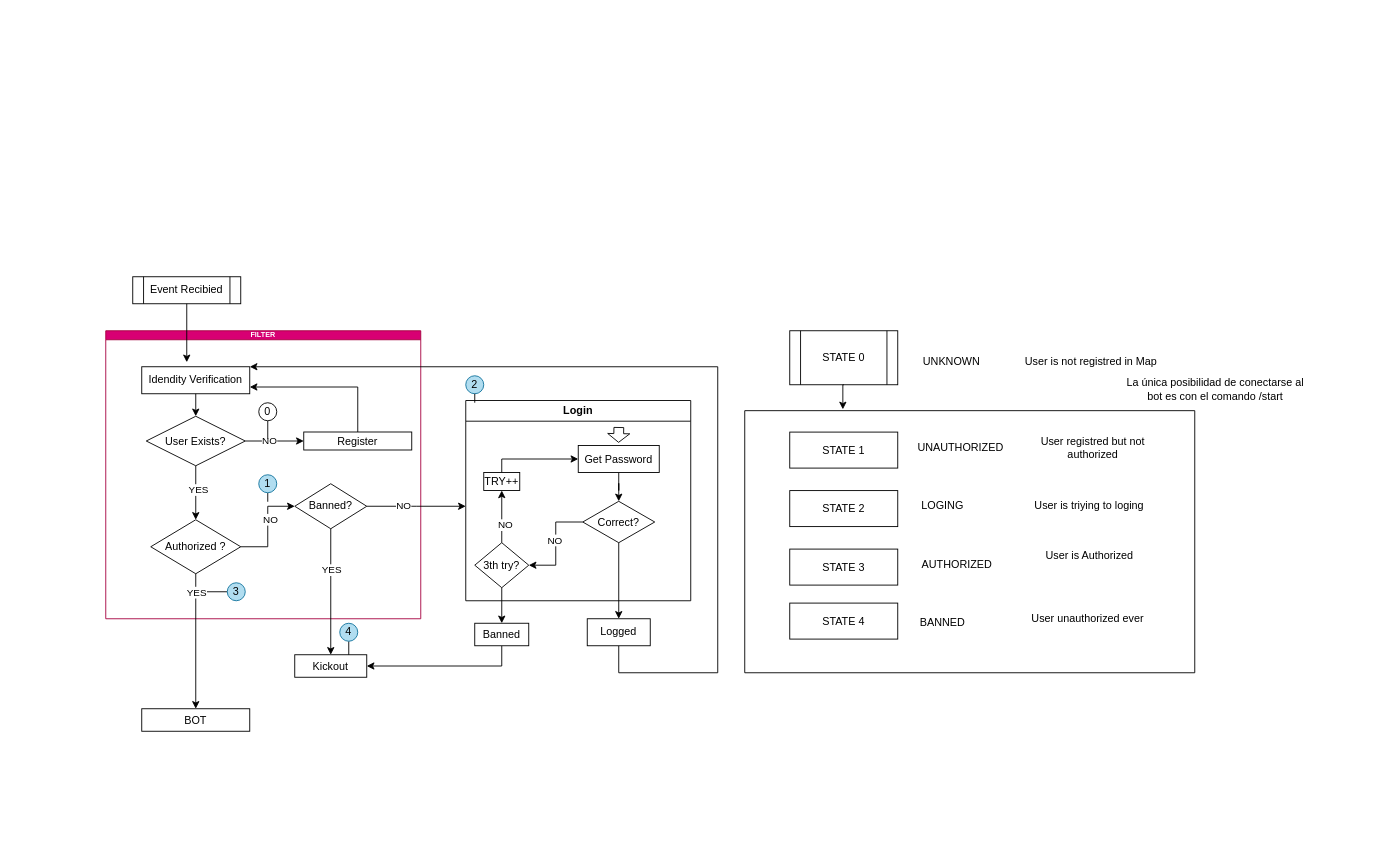
Earlier version of the draw.io diagram TLGM_BOT_V3/Diagrama-TLGBOTV3.drawio (lewopxd/draw.io-repos). Source tidied: cells renumbered, new cells numbered last; positions are measured from the earlier drawing's top-left corner, leaving out a move shared by most shapes. Both pictures are drawn from the tidied source at 90%, with x=0, y=0 at pixel (105, 276).
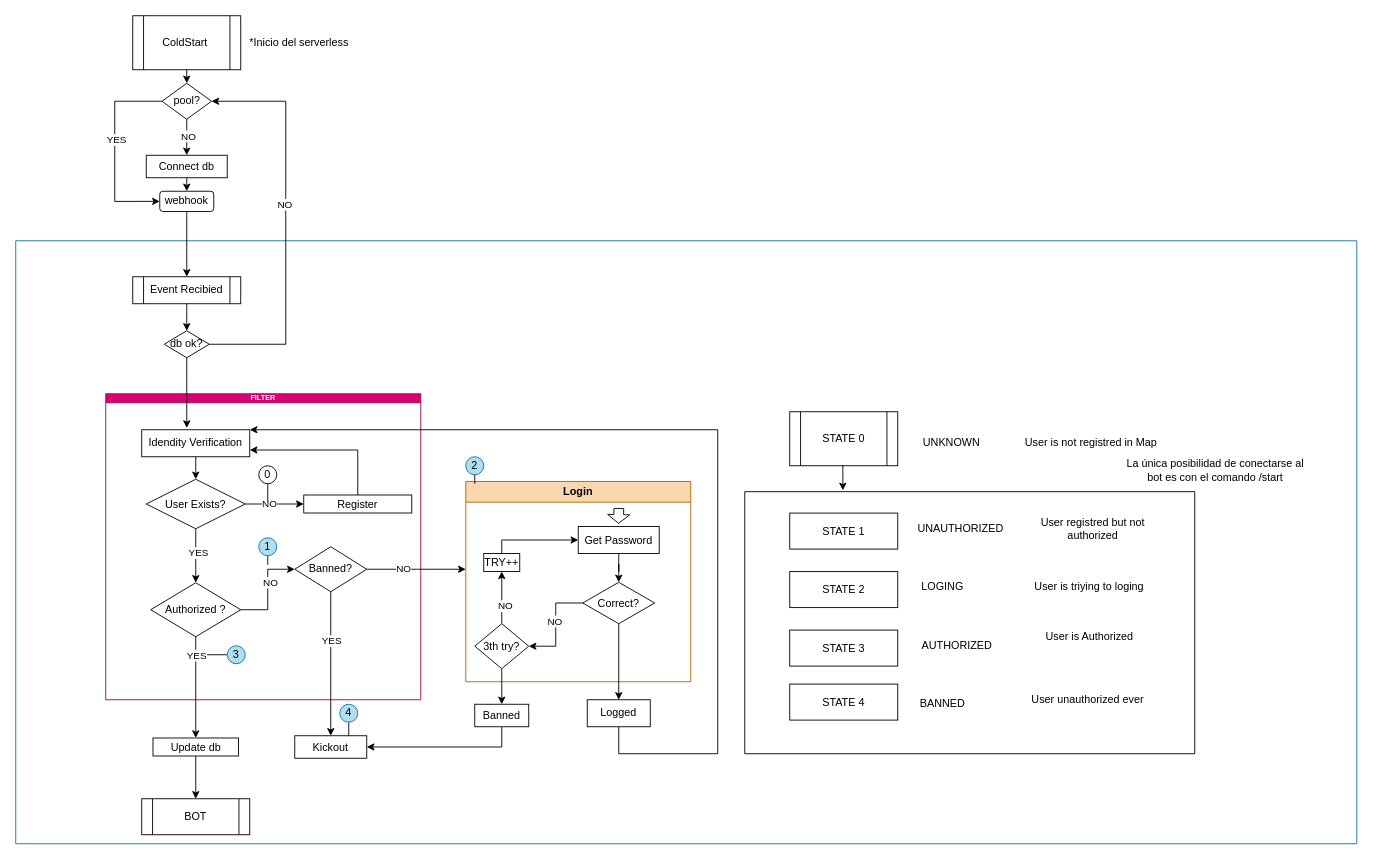
The same page after the edit.

The change refers to these unchanged cells:
```xml
<mxCell id="9" value="3th try?" style="rhombus;whiteSpace=wrap;html=1;" parent="4" vertex="1">
  <mxGeometry x="10" y="158" width="60" height="50" as="geometry" />
</mxCell>
<mxCell id="12" value="Correct?" style="rhombus;whiteSpace=wrap;html=1;" parent="4" vertex="1">
  <mxGeometry x="130" y="112" width="80" height="46" as="geometry" />
</mxCell>
<mxCell id="18" value="Idendity Verification" style="rounded=0;whiteSpace=wrap;html=1;" parent="17" vertex="1">
  <mxGeometry x="40" y="40" width="120" height="30" as="geometry" />
</mxCell>
<mxCell id="19" value="Authorized ?" style="rhombus;whiteSpace=wrap;html=1;" parent="17" vertex="1">
  <mxGeometry x="50" y="210" width="100" height="60" as="geometry" />
</mxCell>
<mxCell id="28" value="Banned?" style="rhombus;whiteSpace=wrap;html=1;" parent="17" vertex="1">
  <mxGeometry x="210" y="170" width="80" height="50" as="geometry" />
</mxCell>
```

What changed in the source:
```diff
@@
+    <mxCell id="72" style="swimlane;startSize=0;fillColor=#b1ddf0;strokeColor=#10739e;" parent="1" vertex="1">
+      <mxGeometry x="-100" y="-40" width="1490" height="670" as="geometry" />
+    </mxCell>
-    <mxCell id="2" value="STATE 0" style="shape=process;whiteSpace=wrap;html=1;backgroundOutline=1;" parent="1" vertex="1">
-      <mxGeometry x="760" y="60" width="120" height="60" as="geometry" />
+    <mxCell id="2" value="STATE 0" style="shape=process;whiteSpace=wrap;html=1;backgroundOutline=1;" parent="72" vertex="1">
+      <mxGeometry x="860" y="190" width="120" height="60" as="geometry" />
     </mxCell>
-    <mxCell id="3" value="La única posibilidad de conectarse al bot es con el comando /start" style="text;html=1;align=center;verticalAlign=middle;whiteSpace=wrap;rounded=0;" parent="1" vertex="1">
-      <mxGeometry x="1130" y="110" width="206" height="30" as="geometry" />
+    <mxCell id="3" value="La única posibilidad de conectarse al bot es con el comando /start" style="text;html=1;align=center;verticalAlign=middle;whiteSpace=wrap;rounded=0;" parent="72" vertex="1">
+      <mxGeometry x="1230" y="240" width="206" height="30" as="geometry" />
     </mxCell>
-    <mxCell id="4" value="Login" style="swimlane;whiteSpace=wrap;html=1;" parent="1" vertex="1">
-      <mxGeometry x="400" y="137.5" width="250" height="222.5" as="geometry" />
+    <mxCell id="4" value="Login" style="swimlane;whiteSpace=wrap;html=1;fillColor=#fad7ac;strokeColor=#b46504;" parent="72" vertex="1">
+      <mxGeometry x="500" y="267.5" width="250" height="222.5" as="geometry" />
     </mxCell>
@@
-    <mxCell id="16" value="Event Recibied" style="shape=process;whiteSpace=wrap;html=1;backgroundOutline=1;" parent="1" vertex="1">
-      <mxGeometry x="30" width="120" height="30" as="geometry" />
-    </mxCell>
-    <mxCell id="17" value="FILTER" style="swimlane;whiteSpace=wrap;html=1;startSize=10;fontSize=8;fontColor=#ffffff;labelBorderColor=none;fillColor=#d80073;strokeColor=#A50040;" parent="1" vertex="1">
-      <mxGeometry y="60" width="350" height="320" as="geometry" />
+    <mxCell id="17" value="FILTER" style="swimlane;whiteSpace=wrap;html=1;startSize=10;fontSize=8;fontColor=#ffffff;labelBorderColor=none;fillColor=#d80073;strokeColor=#A50040;" parent="72" vertex="1">
+      <mxGeometry x="100" y="170" width="350" height="340" as="geometry" />
     </mxCell>
@@
-    <mxCell id="39" style="edgeStyle=orthogonalEdgeStyle;rounded=0;jettySize=auto;html=1;exitX=0.5;exitY=1;exitDx=0;exitDy=0;entryX=0.5;entryY=0;entryDx=0;entryDy=0;" parent="1" edge="1" source="16">
-      <mxGeometry relative="1" as="geometry">
-        <mxPoint x="90" y="95" as="targetPoint" />
-      </mxGeometry>
-    </mxCell>
-    <mxCell id="40" value="BOT" style="rounded=0;whiteSpace=wrap;html=1;" parent="1" vertex="1">
-      <mxGeometry x="40" y="480" width="120" height="25" as="geometry" />
-    </mxCell>
-    <mxCell id="41" style="edgeStyle=orthogonalEdgeStyle;rounded=0;jettySize=auto;html=1;exitX=0.5;exitY=1;exitDx=0;exitDy=0;entryX=0.5;entryY=0;entryDx=0;entryDy=0;" parent="1" edge="1" source="19" target="40">
+    <mxCell id="41" style="edgeStyle=orthogonalEdgeStyle;rounded=0;jettySize=auto;html=1;exitX=0.5;exitY=1;exitDx=0;exitDy=0;entryX=0.5;entryY=0;entryDx=0;entryDy=0;" parent="72" edge="1" source="19" target="76">
       <mxGeometry relative="1" as="geometry" />
     </mxCell>
     <mxCell id="42" value="&lt;font&gt;YES&lt;/font&gt;" style="edgeLabel;html=1;align=center;verticalAlign=middle;fontSize=11;" parent="41" vertex="1">
       <mxGeometry x="-0.5" relative="1" as="geometry">
-        <mxPoint y="-18" as="offset" />
+        <mxPoint y="-8" as="offset" />
       </mxGeometry>
     </mxCell>
-    <mxCell id="43" style="edgeStyle=orthogonalEdgeStyle;rounded=0;jettySize=auto;html=1;exitX=0.5;exitY=1;exitDx=0;exitDy=0;entryX=1;entryY=0;entryDx=0;entryDy=0;" parent="1" edge="1" source="50" target="18">
+    <mxCell id="43" style="edgeStyle=orthogonalEdgeStyle;rounded=0;jettySize=auto;html=1;exitX=0.5;exitY=1;exitDx=0;exitDy=0;entryX=1;entryY=0;entryDx=0;entryDy=0;" parent="72" edge="1" source="50" target="18">
       <mxGeometry relative="1" as="geometry">
         <Array as="points">
-          <mxPoint x="570" y="440" />
-          <mxPoint x="680" y="440" />
-          <mxPoint x="680" y="100" />
+          <mxPoint x="670" y="570" />
+          <mxPoint x="780" y="570" />
+          <mxPoint x="780" y="210" />
         </Array>
       </mxGeometry>
     </mxCell>
-    <mxCell id="44" value="Kickout" style="rounded=0;whiteSpace=wrap;html=1;" parent="1" vertex="1">
-      <mxGeometry x="210" y="420" width="80" height="25" as="geometry" />
+    <mxCell id="44" value="Kickout" style="rounded=0;whiteSpace=wrap;html=1;" parent="72" vertex="1">
+      <mxGeometry x="310" y="550" width="80" height="25" as="geometry" />
     </mxCell>
-    <mxCell id="45" style="edgeStyle=orthogonalEdgeStyle;rounded=0;jettySize=auto;html=1;exitX=0.5;exitY=1;exitDx=0;exitDy=0;" parent="1" edge="1" source="28" target="44">
+    <mxCell id="45" style="edgeStyle=orthogonalEdgeStyle;rounded=0;jettySize=auto;html=1;exitX=0.5;exitY=1;exitDx=0;exitDy=0;" parent="72" edge="1" source="28" target="44">
       <mxGeometry relative="1" as="geometry" />
     </mxCell>
@@
-    <mxCell id="47" style="edgeStyle=orthogonalEdgeStyle;rounded=0;jettySize=auto;html=1;exitX=0.5;exitY=1;exitDx=0;exitDy=0;entryX=1;entryY=0.5;entryDx=0;entryDy=0;" parent="1" edge="1" source="48" target="44">
+    <mxCell id="47" style="edgeStyle=orthogonalEdgeStyle;rounded=0;jettySize=auto;html=1;exitX=0.5;exitY=1;exitDx=0;exitDy=0;entryX=1;entryY=0.5;entryDx=0;entryDy=0;" parent="72" edge="1" source="48" target="44">
       <mxGeometry relative="1" as="geometry" />
     </mxCell>
-    <mxCell id="48" value="Banned" style="rounded=0;whiteSpace=wrap;html=1;" parent="1" vertex="1">
-      <mxGeometry x="410" y="385" width="60" height="25" as="geometry" />
+    <mxCell id="48" value="Banned" style="rounded=0;whiteSpace=wrap;html=1;" parent="72" vertex="1">
+      <mxGeometry x="510" y="515" width="60" height="25" as="geometry" />
     </mxCell>
-    <mxCell id="49" style="edgeStyle=orthogonalEdgeStyle;rounded=0;jettySize=auto;html=1;exitX=0.5;exitY=1;exitDx=0;exitDy=0;entryX=0.5;entryY=0;entryDx=0;entryDy=0;" parent="1" edge="1" source="9" target="48">
+    <mxCell id="49" style="edgeStyle=orthogonalEdgeStyle;rounded=0;jettySize=auto;html=1;exitX=0.5;exitY=1;exitDx=0;exitDy=0;entryX=0.5;entryY=0;entryDx=0;entryDy=0;" parent="72" edge="1" source="9" target="48">
       <mxGeometry relative="1" as="geometry" />
     </mxCell>
-    <mxCell id="50" value="Logged" style="rounded=0;whiteSpace=wrap;html=1;" parent="1" vertex="1">
-      <mxGeometry x="535" y="380" width="70" height="30" as="geometry" />
+    <mxCell id="50" value="Logged" style="rounded=0;whiteSpace=wrap;html=1;" parent="72" vertex="1">
+      <mxGeometry x="635" y="510" width="70" height="30" as="geometry" />
     </mxCell>
-    <mxCell id="51" style="edgeStyle=orthogonalEdgeStyle;rounded=0;jettySize=auto;html=1;exitX=0.5;exitY=1;exitDx=0;exitDy=0;" parent="1" edge="1" source="12" target="50">
+    <mxCell id="51" style="edgeStyle=orthogonalEdgeStyle;rounded=0;jettySize=auto;html=1;exitX=0.5;exitY=1;exitDx=0;exitDy=0;" parent="72" edge="1" source="12" target="50">
       <mxGeometry relative="1" as="geometry" />
     </mxCell>
-    <mxCell id="52" style="swimlane;startSize=0;" parent="1" vertex="1">
-      <mxGeometry x="710" y="148.8" width="500" height="291.2" as="geometry" />
+    <mxCell id="52" style="swimlane;startSize=0;" parent="72" vertex="1">
+      <mxGeometry x="810" y="278.8" width="500" height="291.2" as="geometry" />
     </mxCell>
@@
-    <mxCell id="65" value="2" style="ellipse;whiteSpace=wrap;html=1;fillColor=#b1ddf0;strokeColor=#10739e;" parent="1" vertex="1">
-      <mxGeometry x="400" y="110" width="20" height="20" as="geometry" />
+    <mxCell id="65" value="2" style="ellipse;whiteSpace=wrap;html=1;fillColor=#b1ddf0;strokeColor=#10739e;" parent="72" vertex="1">
+      <mxGeometry x="500" y="240" width="20" height="20" as="geometry" />
     </mxCell>
-    <mxCell id="66" style="edgeStyle=orthogonalEdgeStyle;rounded=0;jettySize=auto;html=1;exitX=0.5;exitY=1;exitDx=0;exitDy=0;entryX=0.04;entryY=0.011;entryDx=0;entryDy=0;entryPerimeter=0;endArrow=none;startFill=0;" parent="1" edge="1" source="65" target="4">
+    <mxCell id="66" style="edgeStyle=orthogonalEdgeStyle;rounded=0;jettySize=auto;html=1;exitX=0.5;exitY=1;exitDx=0;exitDy=0;entryX=0.04;entryY=0.011;entryDx=0;entryDy=0;entryPerimeter=0;endArrow=none;startFill=0;" parent="72" edge="1" source="65" target="4">
       <mxGeometry relative="1" as="geometry" />
     </mxCell>
-    <mxCell id="67" style="edgeStyle=orthogonalEdgeStyle;rounded=0;jettySize=auto;html=1;exitX=0.5;exitY=1;exitDx=0;exitDy=0;entryX=0.218;entryY=-0.005;entryDx=0;entryDy=0;entryPerimeter=0;" parent="1" edge="1" source="2" target="52">
+    <mxCell id="67" style="edgeStyle=orthogonalEdgeStyle;rounded=0;jettySize=auto;html=1;exitX=0.5;exitY=1;exitDx=0;exitDy=0;entryX=0.218;entryY=-0.005;entryDx=0;entryDy=0;entryPerimeter=0;" parent="72" edge="1" source="2" target="52">
       <mxGeometry relative="1" as="geometry" />
     </mxCell>
-    <mxCell id="68" value="UNKNOWN" style="text;html=1;align=center;verticalAlign=middle;whiteSpace=wrap;rounded=0;" parent="1" vertex="1">
-      <mxGeometry x="890" y="80" width="100" height="30" as="geometry" />
+    <mxCell id="68" value="UNKNOWN" style="text;html=1;align=center;verticalAlign=middle;whiteSpace=wrap;rounded=0;" parent="72" vertex="1">
+      <mxGeometry x="990" y="210" width="100" height="30" as="geometry" />
     </mxCell>
-    <mxCell id="69" value="User is not registred in Map" style="text;html=1;align=center;verticalAlign=middle;whiteSpace=wrap;rounded=0;" parent="1" vertex="1">
-      <mxGeometry x="1010" y="80" width="170" height="30" as="geometry" />
+    <mxCell id="69" value="User is not registred in Map" style="text;html=1;align=center;verticalAlign=middle;whiteSpace=wrap;rounded=0;" parent="72" vertex="1">
+      <mxGeometry x="1110" y="210" width="170" height="30" as="geometry" />
     </mxCell>
-    <mxCell id="70" style="edgeStyle=orthogonalEdgeStyle;rounded=0;jettySize=auto;html=1;exitX=0.5;exitY=1;exitDx=0;exitDy=0;entryX=0.75;entryY=0;entryDx=0;entryDy=0;endArrow=none;startFill=0;" parent="1" edge="1" source="71" target="44">
+    <mxCell id="70" style="edgeStyle=orthogonalEdgeStyle;rounded=0;jettySize=auto;html=1;exitX=0.5;exitY=1;exitDx=0;exitDy=0;entryX=0.75;entryY=0;entryDx=0;entryDy=0;endArrow=none;startFill=0;" parent="72" edge="1" source="71" target="44">
       <mxGeometry relative="1" as="geometry" />
     </mxCell>
-    <mxCell id="71" value="4" style="ellipse;whiteSpace=wrap;html=1;fillColor=#b1ddf0;strokeColor=#10739e;" parent="1" vertex="1">
-      <mxGeometry x="260" y="385" width="20" height="20" as="geometry" />
+    <mxCell id="71" value="4" style="ellipse;whiteSpace=wrap;html=1;fillColor=#b1ddf0;strokeColor=#10739e;" parent="72" vertex="1">
+      <mxGeometry x="360" y="515" width="20" height="20" as="geometry" />
     </mxCell>
+    <mxCell id="73" value="db ok?" style="rhombus;whiteSpace=wrap;html=1;" parent="72" vertex="1">
+      <mxGeometry x="165" y="100" width="50" height="30" as="geometry" />
+    </mxCell>
+    <mxCell id="74" style="edgeStyle=orthogonalEdgeStyle;rounded=0;jettySize=auto;html=1;exitX=0.5;exitY=1;exitDx=0;exitDy=0;entryX=0.417;entryY=-0.067;entryDx=0;entryDy=0;entryPerimeter=0;" parent="72" edge="1" source="73" target="18">
+      <mxGeometry relative="1" as="geometry" />
+    </mxCell>
+    <mxCell id="75" style="edgeStyle=orthogonalEdgeStyle;rounded=0;jettySize=auto;html=1;exitX=0.5;exitY=1;exitDx=0;exitDy=0;" parent="72" edge="1" source="76" target="40">
+      <mxGeometry relative="1" as="geometry" />
+    </mxCell>
+    <mxCell id="76" value="Update db" style="rounded=0;whiteSpace=wrap;html=1;" parent="72" vertex="1">
+      <mxGeometry x="152.5" y="552.5" width="95" height="20" as="geometry" />
+    </mxCell>
+    <mxCell id="40" value="BOT" style="shape=process;whiteSpace=wrap;html=1;backgroundOutline=1;" parent="72" vertex="1">
+      <mxGeometry x="140" y="620" width="120" height="40" as="geometry" />
+    </mxCell>
+    <mxCell id="77" style="edgeStyle=orthogonalEdgeStyle;rounded=0;jettySize=auto;html=1;exitX=0.5;exitY=1;exitDx=0;exitDy=0;entryX=0.5;entryY=0;entryDx=0;entryDy=0;" parent="1" edge="1" source="78" target="88">
+      <mxGeometry relative="1" as="geometry" />
+    </mxCell>
+    <mxCell id="78" value="ColdStart&amp;nbsp;" style="shape=process;whiteSpace=wrap;html=1;backgroundOutline=1;" parent="1" vertex="1">
+      <mxGeometry x="30" y="-290" width="120" height="60" as="geometry" />
+    </mxCell>
+    <mxCell id="79" value="*Inicio del serverless" style="text;html=1;align=center;verticalAlign=middle;whiteSpace=wrap;rounded=0;" parent="1" vertex="1">
+      <mxGeometry x="155" y="-275" width="120" height="30" as="geometry" />
+    </mxCell>
+    <mxCell id="80" style="edgeStyle=orthogonalEdgeStyle;rounded=0;jettySize=auto;html=1;exitX=0.5;exitY=1;exitDx=0;exitDy=0;entryX=0.5;entryY=0;entryDx=0;entryDy=0;" parent="1" edge="1" source="81" target="90">
+      <mxGeometry relative="1" as="geometry" />
+    </mxCell>
+    <mxCell id="81" value="Connect db" style="rounded=0;whiteSpace=wrap;html=1;" parent="1" vertex="1">
+      <mxGeometry x="45" y="-135" width="90" height="25" as="geometry" />
+    </mxCell>
+    <mxCell id="82" style="edgeStyle=orthogonalEdgeStyle;rounded=0;jettySize=auto;html=1;exitX=1;exitY=0.5;exitDx=0;exitDy=0;entryX=1;entryY=0.5;entryDx=0;entryDy=0;" parent="1" edge="1" source="73" target="88">
+      <mxGeometry relative="1" as="geometry">
+        <Array as="points">
+          <mxPoint x="200" y="75" />
+          <mxPoint x="200" y="-195" />
+        </Array>
+      </mxGeometry>
+    </mxCell>
+    <mxCell id="83" value="NO" style="edgeLabel;html=1;align=center;verticalAlign=middle;" parent="82" vertex="1">
+      <mxGeometry x="0.1" y="2" relative="1" as="geometry" />
+    </mxCell>
+    <mxCell id="84" style="edgeStyle=orthogonalEdgeStyle;rounded=0;jettySize=auto;html=1;exitX=0.5;exitY=1;exitDx=0;exitDy=0;entryX=0.5;entryY=0;entryDx=0;entryDy=0;" parent="1" edge="1" source="88" target="81">
+      <mxGeometry relative="1" as="geometry" />
+    </mxCell>
+    <mxCell id="85" value="NO" style="edgeLabel;html=1;align=center;verticalAlign=middle;" parent="84" vertex="1">
+      <mxGeometry x="-0.12" y="1" relative="1" as="geometry" />
+    </mxCell>
+    <mxCell id="86" style="edgeStyle=orthogonalEdgeStyle;rounded=0;jettySize=auto;html=1;exitX=0;exitY=0.5;exitDx=0;exitDy=0;entryX=0;entryY=0.5;entryDx=0;entryDy=0;" parent="1" edge="1" source="88" target="90">
+      <mxGeometry relative="1" as="geometry">
+        <Array as="points">
+          <mxPoint x="10" y="-195" />
+          <mxPoint x="10" y="-84" />
+        </Array>
+      </mxGeometry>
+    </mxCell>
+    <mxCell id="87" value="YES" style="edgeLabel;html=1;align=center;verticalAlign=middle;" parent="86" vertex="1">
+      <mxGeometry x="-0.11" y="1" relative="1" as="geometry" />
+    </mxCell>
+    <mxCell id="88" value="pool?" style="rhombus;whiteSpace=wrap;html=1;" parent="1" vertex="1">
+      <mxGeometry x="62.5" y="-215" width="55" height="40" as="geometry" />
+    </mxCell>
+    <mxCell id="89" style="edgeStyle=orthogonalEdgeStyle;rounded=0;jettySize=auto;html=1;exitX=0.5;exitY=1;exitDx=0;exitDy=0;entryX=0.5;entryY=0;entryDx=0;entryDy=0;" parent="1" edge="1" source="90" target="16">
+      <mxGeometry relative="1" as="geometry" />
+    </mxCell>
+    <mxCell id="90" value="webhook" style="rounded=1;whiteSpace=wrap;html=1;" parent="1" vertex="1">
+      <mxGeometry x="60" y="-95" width="60" height="22.5" as="geometry" />
+    </mxCell>
+    <mxCell id="16" value="Event Recibied" style="shape=process;whiteSpace=wrap;html=1;backgroundOutline=1;" parent="1" vertex="1">
+      <mxGeometry x="30" width="120" height="30" as="geometry" />
+    </mxCell>
+    <mxCell id="91" style="edgeStyle=orthogonalEdgeStyle;rounded=0;jettySize=auto;html=1;exitX=0.5;exitY=1;exitDx=0;exitDy=0;entryX=0.5;entryY=0;entryDx=0;entryDy=0;" parent="1" edge="1" source="16" target="73">
+      <mxGeometry relative="1" as="geometry" />
+    </mxCell>
```
